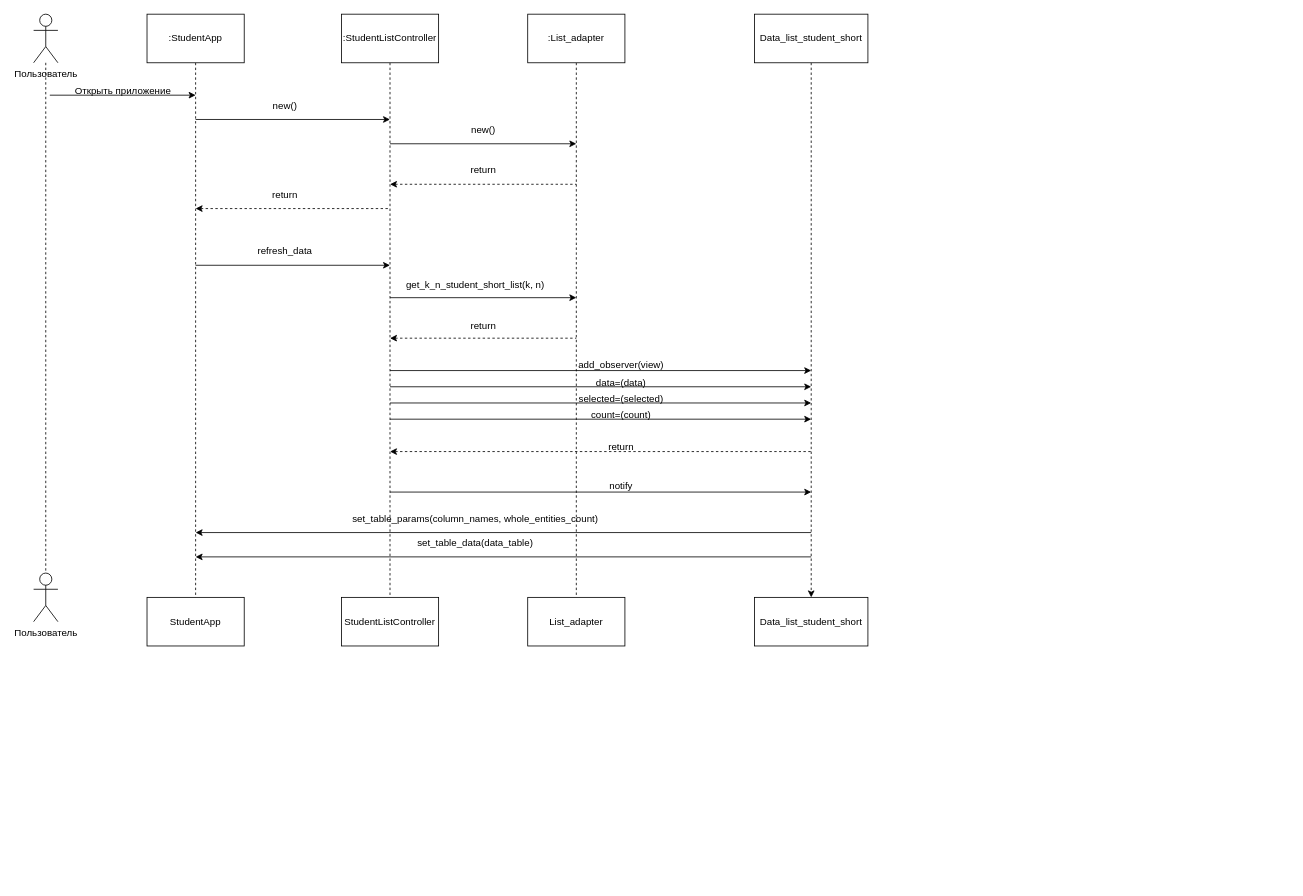
Above: Students/StudentsSequence.drawio in avtss/Patterns (draw.io), before the change. Source tidied: cells renumbered, new cells numbered last; positions are measured from the earlier drawing's top-left corner, leaving out a move shared by most shapes. Both pictures are drawn from the tidied source at 81%, with x=0, y=0 at pixel (33, 14).
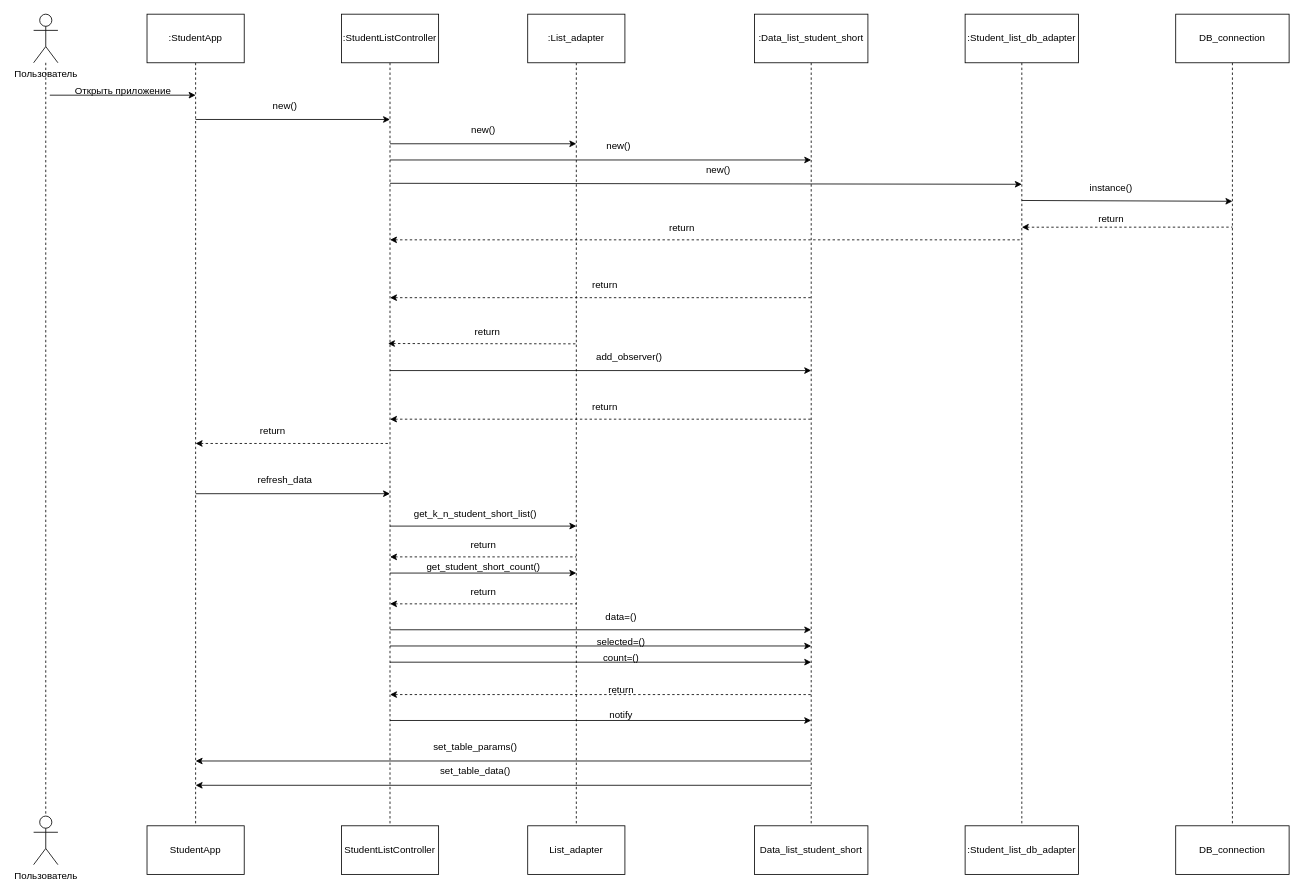
The same diagram, later.

Commit message (it also covers changes not shown here):
Lab5. Updated class diagram

The edit, as a diff of the source:
```diff
@@
     <mxCell id="3" value="Пользователь" style="shape=umlActor;verticalLabelPosition=bottom;verticalAlign=top;html=1;outlineConnect=0;" parent="1" vertex="1">
-      <mxGeometry y="690" width="30" height="60" as="geometry" />
+      <mxGeometry y="990" width="30" height="60" as="geometry" />
     </mxCell>
@@
     <mxCell id="7" value="StudentApp" style="rounded=0;whiteSpace=wrap;html=1;" parent="1" vertex="1">
-      <mxGeometry x="140" y="720" width="120" height="60" as="geometry" />
+      <mxGeometry x="140" y="1002" width="120" height="60" as="geometry" />
     </mxCell>
@@
     <mxCell id="10" value="StudentListController" style="rounded=0;whiteSpace=wrap;html=1;" parent="1" vertex="1">
-      <mxGeometry x="380" y="720" width="120" height="60" as="geometry" />
+      <mxGeometry x="380" y="1002" width="120" height="60" as="geometry" />
     </mxCell>
@@
     <mxCell id="17" value="List_adapter" style="rounded=0;whiteSpace=wrap;html=1;" parent="1" vertex="1">
-      <mxGeometry x="610" y="720" width="120" height="60" as="geometry" />
+      <mxGeometry x="610" y="1002" width="120" height="60" as="geometry" />
     </mxCell>
@@
-    <mxCell id="20" style="endArrow=none;html=1;rounded=0;dashed=1;startArrow=classic;startFill=1;endFill=0;" parent="1" edge="1">
-      <mxGeometry relative="1" as="geometry">
-        <mxPoint x="440" y="210" as="sourcePoint" />
-        <mxPoint x="670" y="210" as="targetPoint" />
-      </mxGeometry>
-    </mxCell>
-    <mxCell id="21" value="return" style="text;html=1;align=center;verticalAlign=middle;strokeColor=none;fillColor=none;" parent="1" vertex="1">
-      <mxGeometry x="530" y="178" width="50" height="30" as="geometry" />
-    </mxCell>
-    <mxCell id="22" style="endArrow=none;html=1;rounded=0;dashed=1;startArrow=classic;startFill=1;endFill=0;" parent="1" edge="1">
-      <mxGeometry relative="1" as="geometry">
-        <mxPoint x="200" y="240" as="sourcePoint" />
-        <mxPoint x="440" y="240" as="targetPoint" />
-      </mxGeometry>
-    </mxCell>
-    <mxCell id="23" value="return" style="text;html=1;align=center;verticalAlign=middle;strokeColor=none;fillColor=none;" parent="1" vertex="1">
-      <mxGeometry x="285" y="208" width="50" height="30" as="geometry" />
-    </mxCell>
     <mxCell id="24" style="endArrow=classic;html=1;rounded=0;" parent="1" edge="1">
       <mxGeometry relative="1" as="geometry">
-        <mxPoint x="200" y="310" as="sourcePoint" />
-        <mxPoint x="440" y="310" as="targetPoint" />
+        <mxPoint x="200" y="592" as="sourcePoint" />
+        <mxPoint x="440" y="592" as="targetPoint" />
       </mxGeometry>
     </mxCell>
     <mxCell id="25" value="refresh_data" style="text;html=1;align=center;verticalAlign=middle;strokeColor=none;fillColor=none;" parent="1" vertex="1">
-      <mxGeometry x="265" y="278" width="90" height="30" as="geometry" />
+      <mxGeometry x="265" y="560" width="90" height="30" as="geometry" />
     </mxCell>
     <mxCell id="26" style="endArrow=classic;html=1;rounded=0;" parent="1" edge="1">
       <mxGeometry relative="1" as="geometry">
-        <mxPoint x="440" y="350" as="sourcePoint" />
-        <mxPoint x="670" y="350" as="targetPoint" />
+        <mxPoint x="440" y="632" as="sourcePoint" />
+        <mxPoint x="670" y="632" as="targetPoint" />
       </mxGeometry>
     </mxCell>
-    <mxCell id="27" value="get_k_n_student_short_list(k, n)" style="text;html=1;align=center;verticalAlign=middle;strokeColor=none;fillColor=none;" parent="1" vertex="1">
-      <mxGeometry x="450" y="320" width="190" height="30" as="geometry" />
+    <mxCell id="27" value="get_k_n_student_short_list()" style="text;html=1;align=center;verticalAlign=middle;strokeColor=none;fillColor=none;" parent="1" vertex="1">
+      <mxGeometry x="460" y="602" width="170" height="30" as="geometry" />
     </mxCell>
     <mxCell id="28" style="endArrow=none;html=1;rounded=0;dashed=1;startArrow=classic;startFill=1;endFill=0;" parent="1" edge="1">
       <mxGeometry relative="1" as="geometry">
-        <mxPoint x="440" y="400" as="sourcePoint" />
-        <mxPoint x="670" y="400" as="targetPoint" />
+        <mxPoint x="440" y="670" as="sourcePoint" />
+        <mxPoint x="670" y="670" as="targetPoint" />
       </mxGeometry>
     </mxCell>
     <mxCell id="29" value="return" style="text;html=1;align=center;verticalAlign=middle;strokeColor=none;fillColor=none;" parent="1" vertex="1">
-      <mxGeometry x="530" y="370" width="50" height="30" as="geometry" />
+      <mxGeometry x="530" y="640" width="50" height="30" as="geometry" />
     </mxCell>
-    <mxCell id="30" style="edgeStyle=orthogonalEdgeStyle;rounded=0;jettySize=auto;html=1;exitX=0.5;exitY=1;exitDx=0;exitDy=0;entryX=0.5;entryY=0;entryDx=0;entryDy=0;dashed=1;" parent="1" edge="1" source="31" target="32">
+    <mxCell id="30" style="edgeStyle=orthogonalEdgeStyle;rounded=0;jettySize=auto;html=1;exitX=0.5;exitY=1;exitDx=0;exitDy=0;entryX=0.5;entryY=0;entryDx=0;entryDy=0;dashed=1;endArrow=none;endFill=0;" parent="1" edge="1" source="31" target="32">
       <mxGeometry relative="1" as="geometry" />
     </mxCell>
-    <mxCell id="31" value="Data_list_student_short" style="rounded=0;whiteSpace=wrap;html=1;" parent="1" vertex="1">
+    <mxCell id="31" value=":Data_list_student_short" style="rounded=0;whiteSpace=wrap;html=1;" parent="1" vertex="1">
       <mxGeometry x="890" width="140" height="60" as="geometry" />
     </mxCell>
     <mxCell id="32" value="Data_list_student_short" style="rounded=0;whiteSpace=wrap;html=1;" parent="1" vertex="1">
-      <mxGeometry x="890" y="720" width="140" height="60" as="geometry" />
+      <mxGeometry x="890" y="1002" width="140" height="60" as="geometry" />
     </mxCell>
-    <mxCell id="33" style="endArrow=classic;html=1;rounded=0;" parent="1" edge="1">
-      <mxGeometry relative="1" as="geometry">
-        <mxPoint x="440" y="440" as="sourcePoint" />
-        <mxPoint x="960" y="440" as="targetPoint" />
-      </mxGeometry>
-    </mxCell>
-    <mxCell id="34" value="add_observer(view)" style="text;html=1;align=center;verticalAlign=middle;strokeColor=none;fillColor=none;" parent="1" vertex="1">
-      <mxGeometry x="660" y="418" width="130" height="30" as="geometry" />
-    </mxCell>
     <mxCell id="35" style="endArrow=classic;html=1;rounded=0;" parent="1" edge="1">
       <mxGeometry relative="1" as="geometry">
-        <mxPoint x="440" y="460" as="sourcePoint" />
-        <mxPoint x="960" y="460" as="targetPoint" />
+        <mxPoint x="440" y="760" as="sourcePoint" />
+        <mxPoint x="960" y="760" as="targetPoint" />
       </mxGeometry>
     </mxCell>
-    <mxCell id="36" value="data=(data)" style="text;html=1;align=center;verticalAlign=middle;strokeColor=none;fillColor=none;" parent="1" vertex="1">
-      <mxGeometry x="680" y="440" width="90" height="30" as="geometry" />
+    <mxCell id="36" value="data=()" style="text;html=1;align=center;verticalAlign=middle;strokeColor=none;fillColor=none;" parent="1" vertex="1">
+      <mxGeometry x="695" y="730" width="60" height="30" as="geometry" />
     </mxCell>
     <mxCell id="37" style="endArrow=classic;html=1;rounded=0;" parent="1" edge="1">
       <mxGeometry relative="1" as="geometry">
-        <mxPoint x="440" y="480" as="sourcePoint" />
-        <mxPoint x="960" y="480" as="targetPoint" />
+        <mxPoint x="440" y="780" as="sourcePoint" />
+        <mxPoint x="960" y="780" as="targetPoint" />
       </mxGeometry>
     </mxCell>
-    <mxCell id="38" value="selected=(selected)" style="text;html=1;align=center;verticalAlign=middle;strokeColor=none;fillColor=none;" parent="1" vertex="1">
-      <mxGeometry x="660" y="460" width="130" height="30" as="geometry" />
+    <mxCell id="38" value="selected=()" style="text;html=1;align=center;verticalAlign=middle;strokeColor=none;fillColor=none;" parent="1" vertex="1">
+      <mxGeometry x="685" y="760" width="80" height="30" as="geometry" />
     </mxCell>
     <mxCell id="39" style="endArrow=none;html=1;rounded=0;startArrow=classic;startFill=1;endFill=0;dashed=1;" parent="1" edge="1">
       <mxGeometry relative="1" as="geometry">
-        <mxPoint x="440" y="540" as="sourcePoint" />
-        <mxPoint x="960" y="540" as="targetPoint" />
+        <mxPoint x="440" y="840" as="sourcePoint" />
+        <mxPoint x="960" y="840" as="targetPoint" />
       </mxGeometry>
     </mxCell>
     <mxCell id="40" value="return" style="text;html=1;align=center;verticalAlign=middle;strokeColor=none;fillColor=none;" parent="1" vertex="1">
-      <mxGeometry x="700" y="520" width="50" height="30" as="geometry" />
+      <mxGeometry x="700" y="820" width="50" height="30" as="geometry" />
     </mxCell>
     <mxCell id="41" style="endArrow=classic;html=1;rounded=0;" parent="1" edge="1">
       <mxGeometry relative="1" as="geometry">
-        <mxPoint x="440" y="500" as="sourcePoint" />
-        <mxPoint x="960" y="500" as="targetPoint" />
+        <mxPoint x="440" y="800" as="sourcePoint" />
+        <mxPoint x="960" y="800" as="targetPoint" />
       </mxGeometry>
     </mxCell>
-    <mxCell id="42" value="count=(count)" style="text;html=1;align=center;verticalAlign=middle;strokeColor=none;fillColor=none;" parent="1" vertex="1">
-      <mxGeometry x="675" y="480" width="100" height="30" as="geometry" />
+    <mxCell id="42" value="count=()" style="text;html=1;align=center;verticalAlign=middle;strokeColor=none;fillColor=none;" parent="1" vertex="1">
+      <mxGeometry x="690" y="780" width="70" height="30" as="geometry" />
     </mxCell>
     <mxCell id="43" style="endArrow=classic;html=1;rounded=0;" parent="1" edge="1">
       <mxGeometry relative="1" as="geometry">
-        <mxPoint x="440" y="590" as="sourcePoint" />
-        <mxPoint x="960" y="590" as="targetPoint" />
+        <mxPoint x="440" y="872" as="sourcePoint" />
+        <mxPoint x="960" y="872" as="targetPoint" />
       </mxGeometry>
     </mxCell>
     <mxCell id="44" value="notify" style="text;html=1;align=center;verticalAlign=middle;strokeColor=none;fillColor=none;" parent="1" vertex="1">
-      <mxGeometry x="700" y="568" width="50" height="30" as="geometry" />
+      <mxGeometry x="700" y="850" width="50" height="30" as="geometry" />
     </mxCell>
     <mxCell id="45" style="endArrow=none;html=1;rounded=0;startArrow=classic;startFill=1;endFill=0;" parent="1" edge="1">
       <mxGeometry relative="1" as="geometry">
-        <mxPoint x="200" y="640" as="sourcePoint" />
-        <mxPoint x="960" y="640" as="targetPoint" />
+        <mxPoint x="200" y="922" as="sourcePoint" />
+        <mxPoint x="960" y="922" as="targetPoint" />
       </mxGeometry>
     </mxCell>
-    <mxCell id="46" value="set_table_params(column_names, whole_entities_count)" style="text;html=1;align=center;verticalAlign=middle;strokeColor=none;fillColor=none;" parent="1" vertex="1">
-      <mxGeometry x="380" y="608" width="330" height="30" as="geometry" />
+    <mxCell id="46" value="set_table_params()" style="text;html=1;align=center;verticalAlign=middle;strokeColor=none;fillColor=none;" parent="1" vertex="1">
+      <mxGeometry x="480" y="890" width="130" height="30" as="geometry" />
     </mxCell>
     <mxCell id="47" style="endArrow=none;html=1;rounded=0;startArrow=classic;startFill=1;endFill=0;" parent="1" edge="1">
       <mxGeometry relative="1" as="geometry">
-        <mxPoint x="200" y="670" as="sourcePoint" />
-        <mxPoint x="960" y="670" as="targetPoint" />
+        <mxPoint x="200" y="952" as="sourcePoint" />
+        <mxPoint x="960" y="952" as="targetPoint" />
       </mxGeometry>
     </mxCell>
-    <mxCell id="48" value="set_table_data(data_table)" style="text;html=1;align=center;verticalAlign=middle;strokeColor=none;fillColor=none;" parent="1" vertex="1">
-      <mxGeometry x="460" y="638" width="170" height="30" as="geometry" />
+    <mxCell id="48" value="set_table_data()" style="text;html=1;align=center;verticalAlign=middle;strokeColor=none;fillColor=none;" parent="1" vertex="1">
+      <mxGeometry x="490" y="920" width="110" height="30" as="geometry" />
     </mxCell>
+    <mxCell id="49" style="endArrow=classic;html=1;rounded=0;" parent="1" edge="1">
+      <mxGeometry relative="1" as="geometry">
+        <mxPoint x="440" y="180" as="sourcePoint" />
+        <mxPoint x="960" y="180" as="targetPoint" />
+      </mxGeometry>
+    </mxCell>
+    <mxCell id="50" value="new()" style="text;html=1;align=center;verticalAlign=middle;strokeColor=none;fillColor=none;" parent="1" vertex="1">
+      <mxGeometry x="697" y="148" width="50" height="30" as="geometry" />
+    </mxCell>
+    <mxCell id="51" style="endArrow=none;html=1;rounded=0;dashed=1;startArrow=classic;startFill=1;endFill=0;" parent="1" edge="1">
+      <mxGeometry relative="1" as="geometry">
+        <mxPoint x="440" y="350" as="sourcePoint" />
+        <mxPoint x="960" y="350" as="targetPoint" />
+      </mxGeometry>
+    </mxCell>
+    <mxCell id="52" value="return" style="text;html=1;align=center;verticalAlign=middle;strokeColor=none;fillColor=none;" parent="1" vertex="1">
+      <mxGeometry x="680" y="320" width="50" height="30" as="geometry" />
+    </mxCell>
+    <mxCell id="53" style="endArrow=none;html=1;rounded=0;dashed=1;startArrow=classic;startFill=1;endFill=0;" parent="1" edge="1">
+      <mxGeometry relative="1" as="geometry">
+        <mxPoint x="437.5" y="406.6" as="sourcePoint" />
+        <mxPoint x="670" y="407" as="targetPoint" />
+      </mxGeometry>
+    </mxCell>
+    <mxCell id="54" value="return" style="text;html=1;align=center;verticalAlign=middle;strokeColor=none;fillColor=none;" parent="1" vertex="1">
+      <mxGeometry x="535" y="376.6" width="50" height="30" as="geometry" />
+    </mxCell>
+    <mxCell id="55" style="endArrow=classic;html=1;rounded=0;" parent="1" edge="1">
+      <mxGeometry relative="1" as="geometry">
+        <mxPoint x="440" y="440" as="sourcePoint" />
+        <mxPoint x="960" y="440" as="targetPoint" />
+      </mxGeometry>
+    </mxCell>
+    <mxCell id="56" value="add_observer()" style="text;html=1;align=center;verticalAlign=middle;strokeColor=none;fillColor=none;" parent="1" vertex="1">
+      <mxGeometry x="685" y="408" width="100" height="30" as="geometry" />
+    </mxCell>
+    <mxCell id="57" style="endArrow=none;html=1;rounded=0;dashed=1;startArrow=classic;startFill=1;endFill=0;" parent="1" edge="1">
+      <mxGeometry relative="1" as="geometry">
+        <mxPoint x="440" y="500" as="sourcePoint" />
+        <mxPoint x="960" y="500" as="targetPoint" />
+      </mxGeometry>
+    </mxCell>
+    <mxCell id="58" value="return" style="text;html=1;align=center;verticalAlign=middle;strokeColor=none;fillColor=none;" parent="1" vertex="1">
+      <mxGeometry x="680" y="470" width="50" height="30" as="geometry" />
+    </mxCell>
+    <mxCell id="59" style="endArrow=none;html=1;rounded=0;dashed=1;startArrow=classic;startFill=1;endFill=0;" parent="1" edge="1">
+      <mxGeometry relative="1" as="geometry">
+        <mxPoint x="200" y="530" as="sourcePoint" />
+        <mxPoint x="440" y="530" as="targetPoint" />
+      </mxGeometry>
+    </mxCell>
+    <mxCell id="60" value="return" style="text;html=1;align=center;verticalAlign=middle;strokeColor=none;fillColor=none;" parent="1" vertex="1">
+      <mxGeometry x="270" y="500" width="50" height="30" as="geometry" />
+    </mxCell>
+    <mxCell id="61" style="edgeStyle=orthogonalEdgeStyle;rounded=0;jettySize=auto;html=1;exitX=0.5;exitY=1;exitDx=0;exitDy=0;entryX=0.5;entryY=0;entryDx=0;entryDy=0;dashed=1;endArrow=none;endFill=0;" parent="1" edge="1" source="62" target="63">
+      <mxGeometry relative="1" as="geometry" />
+    </mxCell>
+    <mxCell id="62" value=":Student_list_db_adapter" style="rounded=0;whiteSpace=wrap;html=1;" parent="1" vertex="1">
+      <mxGeometry x="1150" width="140" height="60" as="geometry" />
+    </mxCell>
+    <mxCell id="63" value=":Student_list_db_adapter" style="rounded=0;whiteSpace=wrap;html=1;" parent="1" vertex="1">
+      <mxGeometry x="1150" y="1002" width="140" height="60" as="geometry" />
+    </mxCell>
+    <mxCell id="64" style="endArrow=classic;html=1;rounded=0;" parent="1" edge="1">
+      <mxGeometry relative="1" as="geometry">
+        <mxPoint x="440" y="208.8" as="sourcePoint" />
+        <mxPoint x="1220" y="210" as="targetPoint" />
+      </mxGeometry>
+    </mxCell>
+    <mxCell id="65" style="edgeStyle=orthogonalEdgeStyle;rounded=0;jettySize=auto;html=1;exitX=0.5;exitY=1;exitDx=0;exitDy=0;entryX=0.5;entryY=0;entryDx=0;entryDy=0;dashed=1;endArrow=none;endFill=0;" parent="1" edge="1" source="66" target="67">
+      <mxGeometry relative="1" as="geometry" />
+    </mxCell>
+    <mxCell id="66" value="DB_connection" style="rounded=0;whiteSpace=wrap;html=1;" parent="1" vertex="1">
+      <mxGeometry x="1410" width="140" height="60" as="geometry" />
+    </mxCell>
+    <mxCell id="67" value="DB_connection" style="rounded=0;whiteSpace=wrap;html=1;" parent="1" vertex="1">
+      <mxGeometry x="1410" y="1002" width="140" height="60" as="geometry" />
+    </mxCell>
+    <mxCell id="68" value="new()" style="text;html=1;align=center;verticalAlign=middle;strokeColor=none;fillColor=none;" parent="1" vertex="1">
+      <mxGeometry x="820" y="178" width="50" height="30" as="geometry" />
+    </mxCell>
+    <mxCell id="69" style="endArrow=none;html=1;rounded=0;dashed=1;startArrow=classic;startFill=1;endFill=0;" parent="1" edge="1">
+      <mxGeometry relative="1" as="geometry">
+        <mxPoint x="440" y="278.6" as="sourcePoint" />
+        <mxPoint x="1220" y="278.6" as="targetPoint" />
+      </mxGeometry>
+    </mxCell>
+    <mxCell id="70" value="return" style="text;html=1;align=center;verticalAlign=middle;strokeColor=none;fillColor=none;" parent="1" vertex="1">
+      <mxGeometry x="775" y="248.6" width="50" height="30" as="geometry" />
+    </mxCell>
+    <mxCell id="71" style="endArrow=classic;html=1;rounded=0;" parent="1" edge="1">
+      <mxGeometry relative="1" as="geometry">
+        <mxPoint x="1220" y="230" as="sourcePoint" />
+        <mxPoint x="1480" y="231" as="targetPoint" />
+      </mxGeometry>
+    </mxCell>
+    <mxCell id="72" value="instance()" style="text;html=1;align=center;verticalAlign=middle;strokeColor=none;fillColor=none;" parent="1" vertex="1">
+      <mxGeometry x="1290" y="200" width="80" height="30" as="geometry" />
+    </mxCell>
+    <mxCell id="73" style="endArrow=none;html=1;rounded=0;dashed=1;startArrow=classic;startFill=1;endFill=0;" parent="1" edge="1">
+      <mxGeometry relative="1" as="geometry">
+        <mxPoint x="1220" y="263" as="sourcePoint" />
+        <mxPoint x="1480" y="262.9" as="targetPoint" />
+      </mxGeometry>
+    </mxCell>
+    <mxCell id="74" value="return" style="text;html=1;align=center;verticalAlign=middle;strokeColor=none;fillColor=none;" parent="1" vertex="1">
+      <mxGeometry x="1305" y="238" width="50" height="30" as="geometry" />
+    </mxCell>
+    <mxCell id="75" style="endArrow=classic;html=1;rounded=0;" parent="1" edge="1">
+      <mxGeometry relative="1" as="geometry">
+        <mxPoint x="440" y="690" as="sourcePoint" />
+        <mxPoint x="670" y="690" as="targetPoint" />
+      </mxGeometry>
+    </mxCell>
+    <mxCell id="76" value="get_student_short_count()" style="text;html=1;align=center;verticalAlign=middle;strokeColor=none;fillColor=none;" parent="1" vertex="1">
+      <mxGeometry x="475" y="668" width="160" height="30" as="geometry" />
+    </mxCell>
+    <mxCell id="77" style="endArrow=none;html=1;rounded=0;dashed=1;startArrow=classic;startFill=1;endFill=0;" parent="1" edge="1">
+      <mxGeometry relative="1" as="geometry">
+        <mxPoint x="440" y="728" as="sourcePoint" />
+        <mxPoint x="670" y="728" as="targetPoint" />
+      </mxGeometry>
+    </mxCell>
+    <mxCell id="78" value="return" style="text;html=1;align=center;verticalAlign=middle;strokeColor=none;fillColor=none;" parent="1" vertex="1">
+      <mxGeometry x="530" y="698" width="50" height="30" as="geometry" />
+    </mxCell>
```
